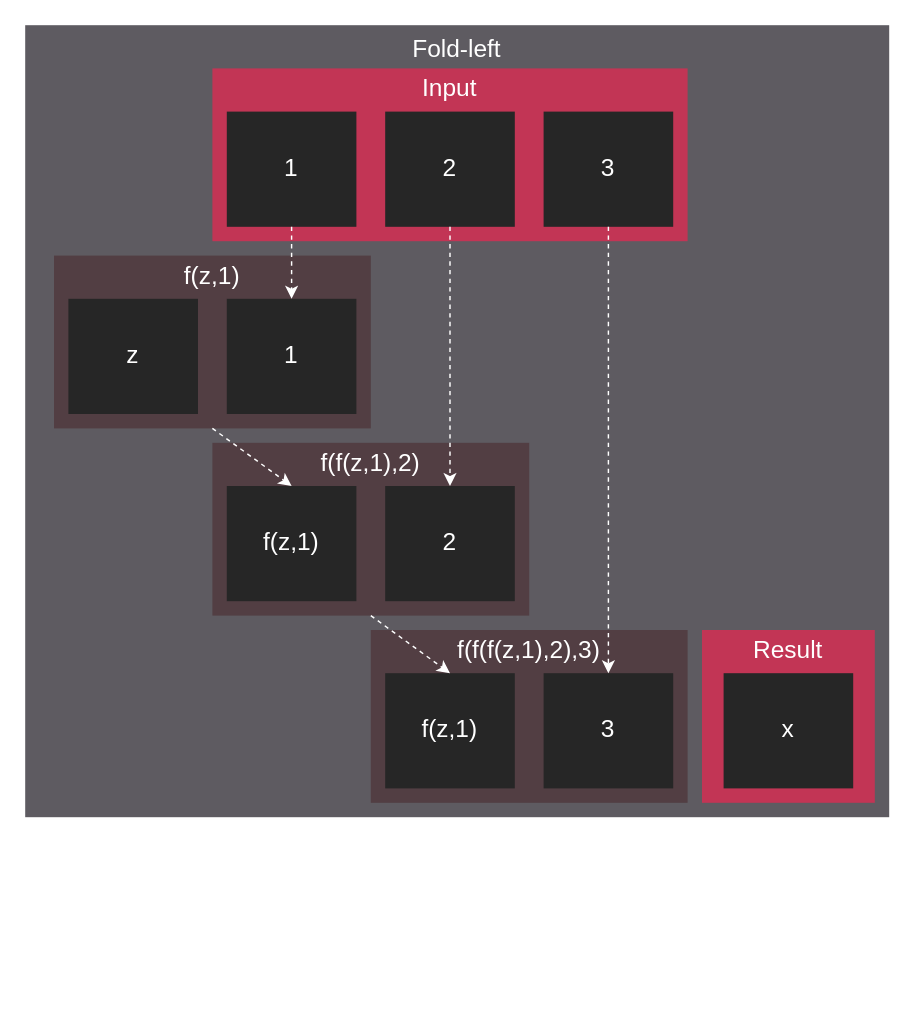
StreamHPC/HIP keeps this draw.io diagram as docs/data/tutorial/reduction/foldl.drawio. Above is the earlier version. Source tidied: cells renumbered, new cells numbered last; positions are measured from the earlier drawing's top-left corner, leaving out a move shared by most shapes. Both pictures are drawn from the tidied source at 144%, with x=0, y=0 at pixel (24, 24).
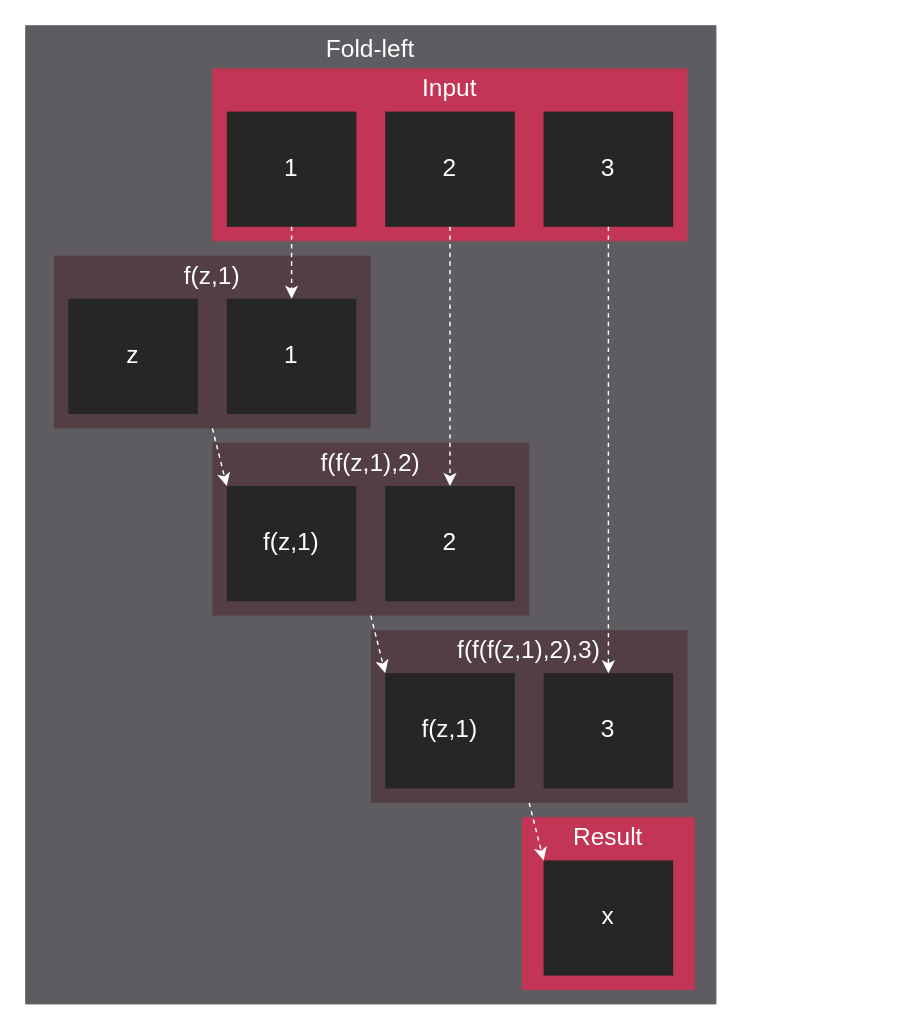
The same page after the edit.

Unchanged cells that the change refers to:
```xml
<mxCell id="8" style="rounded=0;whiteSpace=wrap;html=1;fillColor=#523E43;fontColor=#FFFFFF;strokeColor=none;" parent="1" vertex="1">
  <mxGeometry x="20" y="160" width="220" height="120" as="geometry" />
</mxCell>
<mxCell id="19" style="rounded=0;whiteSpace=wrap;html=1;fillColor=#523E43;fontColor=#FFFFFF;strokeColor=none;" parent="1" vertex="1">
  <mxGeometry x="130" y="290" width="220" height="120" as="geometry" />
</mxCell>
<mxCell id="20" style="rounded=0;whiteSpace=wrap;html=1;fillColor=#262626;fontColor=#FFFFFF;strokeColor=none;" parent="1" vertex="1">
  <mxGeometry x="140" y="320" width="90" height="80" as="geometry" />
</mxCell>
<mxCell id="27" style="rounded=0;whiteSpace=wrap;html=1;fillColor=#262626;fontColor=#FFFFFF;strokeColor=none;" parent="1" vertex="1">
  <mxGeometry x="250" y="450" width="90" height="80" as="geometry" />
</mxCell>
```

Diff of the diagram source:
```diff
@@
     <mxCell id="2" style="rounded=0;whiteSpace=wrap;html=1;fillColor=#5E5B61;fontColor=#FFFFFF;strokeColor=none;spacing=0;" parent="1" vertex="1">
-      <mxGeometry width="600" height="550" as="geometry" />
+      <mxGeometry width="480" height="680" as="geometry" />
     </mxCell>
     <mxCell id="3" value="Fold-left" style="text;strokeColor=none;fillColor=none;align=center;verticalAlign=middle;rounded=0;fontFamily=klavika;fontSize=17;fontColor=#FFFFFF;" parent="1" vertex="1">
-      <mxGeometry x="270" width="60" height="30" as="geometry" />
+      <mxGeometry x="210" width="60" height="30" as="geometry" />
     </mxCell>
@@
-    <mxCell id="33" style="endArrow=classic;html=1;dashed=1;strokeColor=#FFFFFF;fontColor=#FFFFFF;entryX=0.5;entryY=0;entryDx=0;entryDy=0;exitX=0.5;exitY=1;exitDx=0;exitDy=0;" parent="1" edge="1" source="8" target="20">
+    <mxCell id="33" style="endArrow=classic;html=1;dashed=1;strokeColor=#FFFFFF;fontColor=#FFFFFF;entryX=0;entryY=0;entryDx=0;entryDy=0;exitX=0.5;exitY=1;exitDx=0;exitDy=0;" parent="1" edge="1" source="8" target="20">
       <mxGeometry relative="1" as="geometry" />
     </mxCell>
-    <mxCell id="34" style="endArrow=classic;html=1;dashed=1;strokeColor=#FFFFFF;fontColor=#FFFFFF;entryX=0.5;entryY=0;entryDx=0;entryDy=0;exitX=0.5;exitY=1;exitDx=0;exitDy=0;" parent="1" edge="1" source="19" target="27">
+    <mxCell id="34" style="endArrow=classic;html=1;dashed=1;strokeColor=#FFFFFF;fontColor=#FFFFFF;entryX=0;entryY=0;entryDx=0;entryDy=0;exitX=0.5;exitY=1;exitDx=0;exitDy=0;" parent="1" edge="1" source="19" target="27">
       <mxGeometry relative="1" as="geometry" />
     </mxCell>
     <mxCell id="35" style="rounded=0;whiteSpace=wrap;html=1;fillColor=#C23555;fontColor=#FFFFFF;strokeColor=none;" parent="1" vertex="1">
-      <mxGeometry x="470" y="420" width="120" height="120" as="geometry" />
+      <mxGeometry x="345" y="550" width="120" height="120" as="geometry" />
     </mxCell>
     <mxCell id="36" value="&lt;font face=&quot;Klavika&quot; style=&quot;font-size: 17px;&quot;&gt;Result&lt;/font&gt;" style="text;html=1;strokeColor=none;fillColor=none;align=center;verticalAlign=middle;whiteSpace=wrap;rounded=0;fontSize=17;fontColor=#FFFFFF;" parent="1" vertex="1">
-      <mxGeometry x="500" y="420" width="60" height="30" as="geometry" />
+      <mxGeometry x="375" y="550" width="60" height="30" as="geometry" />
     </mxCell>
     <mxCell id="37" style="rounded=0;whiteSpace=wrap;html=1;fillColor=#262626;fontColor=#FFFFFF;strokeColor=none;" parent="1" vertex="1">
-      <mxGeometry x="485" y="450" width="90" height="80" as="geometry" />
+      <mxGeometry x="360" y="580" width="90" height="80" as="geometry" />
     </mxCell>
     <mxCell id="38" value="x" style="text;html=1;strokeColor=none;fillColor=none;align=center;verticalAlign=middle;whiteSpace=wrap;rounded=0;fontFamily=Klavika;fontSize=17;fontColor=#FFFFFF;" parent="1" vertex="1">
-      <mxGeometry x="500" y="475" width="60" height="30" as="geometry" />
+      <mxGeometry x="375" y="605" width="60" height="30" as="geometry" />
     </mxCell>
+    <mxCell id="39" style="endArrow=classic;html=1;dashed=1;strokeColor=#FFFFFF;fontColor=#FFFFFF;entryX=0;entryY=0;entryDx=0;entryDy=0;" parent="1" edge="1" target="37">
+      <mxGeometry relative="1" as="geometry">
+        <mxPoint x="350" y="540" as="sourcePoint" />
+      </mxGeometry>
+    </mxCell>
```
